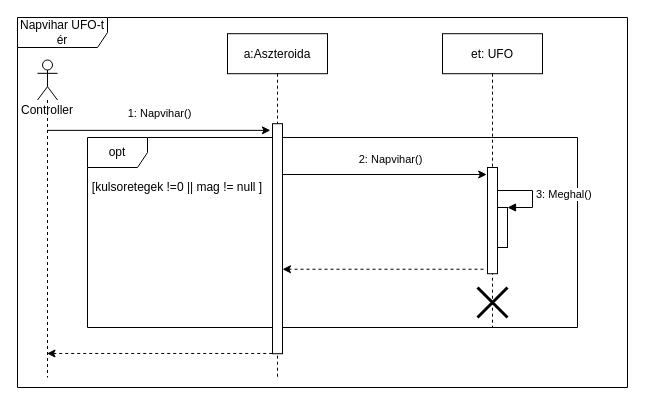
The draw.io diagram doc/szekvencia/7het_szek_NapviharUFO.drawio in torpeBoiGo/aszteroidabanyaszat, before the edit. Source tidied: cells renumbered, new cells numbered last; positions are measured from the earlier drawing's top-left corner, leaving out a move shared by most shapes. Both pictures are drawn from the tidied source at 100%, with x=0, y=0 at pixel (17, 17).
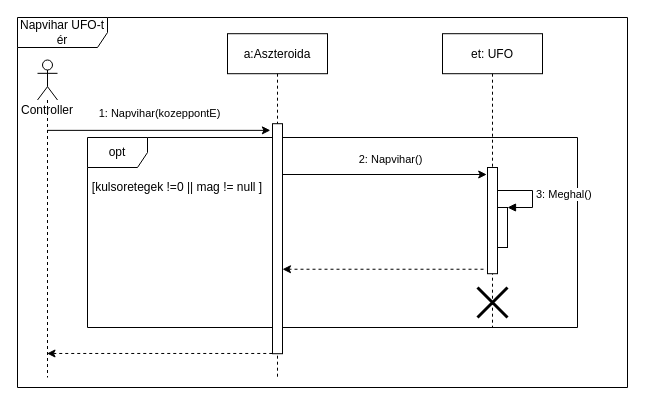
Above is the later version.

Commit message:
napvihar(bool)

The edit, as a diff of the source:
```diff
@@
 <mxGraphModel>
   <root>
     <mxCell id="0" />
     <mxCell id="1" parent="0" />
     <mxCell id="2" value="Napvihar UFO-t ér" style="shape=umlFrame;whiteSpace=wrap;html=1;width=90;height=30;" parent="1" vertex="1">
       <mxGeometry width="610" height="370" as="geometry" />
     </mxCell>
     <mxCell id="3" value="opt" style="shape=umlFrame;whiteSpace=wrap;html=1;" parent="1" vertex="1">
       <mxGeometry x="70" y="120" width="490" height="190" as="geometry" />
     </mxCell>
-    <mxCell id="4" value="1: Napvihar()" style="endArrow=classic;html=1;entryX=-0.212;entryY=0.029;entryDx=0;entryDy=0;entryPerimeter=0;" parent="1" edge="1" source="14" target="7">
+    <mxCell id="4" value="1: Napvihar(kozeppontE)" style="endArrow=classic;html=1;entryX=-0.212;entryY=0.029;entryDx=0;entryDy=0;entryPerimeter=0;" parent="1" edge="1" source="14" target="7">
       <mxGeometry y="16" relative="1" as="geometry">
         <mxPoint y="-1" as="offset" />
       </mxGeometry>
     </mxCell>
     <mxCell id="5" value="[kulsoretegek !=0 || mag != null ]" style="text;html=1;strokeColor=none;fillColor=none;align=center;verticalAlign=middle;whiteSpace=wrap;rounded=0;" parent="1" vertex="1">
       <mxGeometry x="60" y="160" width="200" height="20" as="geometry" />
     </mxCell>
     <mxCell id="6" value="a:Aszteroida" style="shape=umlLifeline;perimeter=lifelinePerimeter;rounded=0;shadow=0;strokeWidth=1;" parent="1" vertex="1">
       <mxGeometry x="210" y="16.2" width="100" height="343.8" as="geometry" />
     </mxCell>
     <mxCell id="7" style="points=[];perimeter=orthogonalPerimeter;rounded=0;shadow=0;strokeWidth=1;" parent="6" vertex="1">
       <mxGeometry x="45" y="90" width="10" height="230" as="geometry" />
     </mxCell>
     <mxCell id="8" value="et: UFO" style="shape=umlLifeline;perimeter=lifelinePerimeter;rounded=0;shadow=0;strokeWidth=1;" parent="1" vertex="1">
       <mxGeometry x="425" y="16.2" width="100" height="293.8" as="geometry" />
     </mxCell>
     <mxCell id="9" style="points=[];perimeter=orthogonalPerimeter;rounded=0;shadow=0;strokeWidth=1;" parent="8" vertex="1">
       <mxGeometry x="45" y="133.8" width="10" height="106.2" as="geometry" />
     </mxCell>
     <mxCell id="10" style="shape=umlDestroy;whiteSpace=wrap;html=1;strokeWidth=3;" parent="8" vertex="1">
       <mxGeometry x="35" y="253.8" width="30" height="30" as="geometry" />
     </mxCell>
     <mxCell id="11" value="&lt;span style=&quot;color: rgb(0 , 0 , 0) ; font-family: &amp;#34;helvetica&amp;#34; ; font-size: 11px ; font-style: normal ; font-weight: 400 ; letter-spacing: normal ; text-align: center ; text-indent: 0px ; text-transform: none ; word-spacing: 0px ; background-color: rgb(255 , 255 , 255) ; display: inline ; float: none&quot;&gt;2: Napvihar()&lt;/span&gt;" style="endArrow=classic;html=1;entryX=-0.08;entryY=0.066;entryDx=0;entryDy=0;entryPerimeter=0;" parent="1" edge="1" source="7" target="9">
       <mxGeometry x="0.06" y="15" relative="1" as="geometry" />
     </mxCell>
     <mxCell id="12" style="endArrow=classic;html=1;dashed=1;exitX=-0.4;exitY=0.958;exitDx=0;exitDy=0;exitPerimeter=0;" parent="1" edge="1" source="9" target="7">
       <mxGeometry relative="1" as="geometry" />
     </mxCell>
     <mxCell id="13" style="endArrow=classic;html=1;dashed=1;exitX=-0.024;exitY=0.999;exitDx=0;exitDy=0;exitPerimeter=0;" parent="1" edge="1" source="7" target="14">
       <mxGeometry relative="1" as="geometry" />
     </mxCell>
     <mxCell id="14" value="Controller" style="shape=umlLifeline;participant=umlActor;perimeter=lifelinePerimeter;whiteSpace=wrap;html=1;verticalAlign=top;spacingTop=36;outlineConnect=0;" parent="1" vertex="1">
       <mxGeometry x="20" y="42.5" width="20" height="317.5" as="geometry" />
     </mxCell>
     <mxCell id="15" style="html=1;points=[];perimeter=orthogonalPerimeter;" parent="1" vertex="1">
       <mxGeometry x="480" y="190" width="10" height="40" as="geometry" />
     </mxCell>
     <mxCell id="16" value="3: Meghal()" style="edgeStyle=orthogonalEdgeStyle;html=1;align=left;spacingLeft=2;endArrow=block;rounded=0;entryX=1;entryY=0;" parent="1" edge="1" source="9" target="15">
       <mxGeometry relative="1" as="geometry">
         <Array as="points">
           <mxPoint x="515" y="173" />
           <mxPoint x="515" y="190" />
         </Array>
       </mxGeometry>
     </mxCell>
   </root>
 </mxGraphModel>
```
